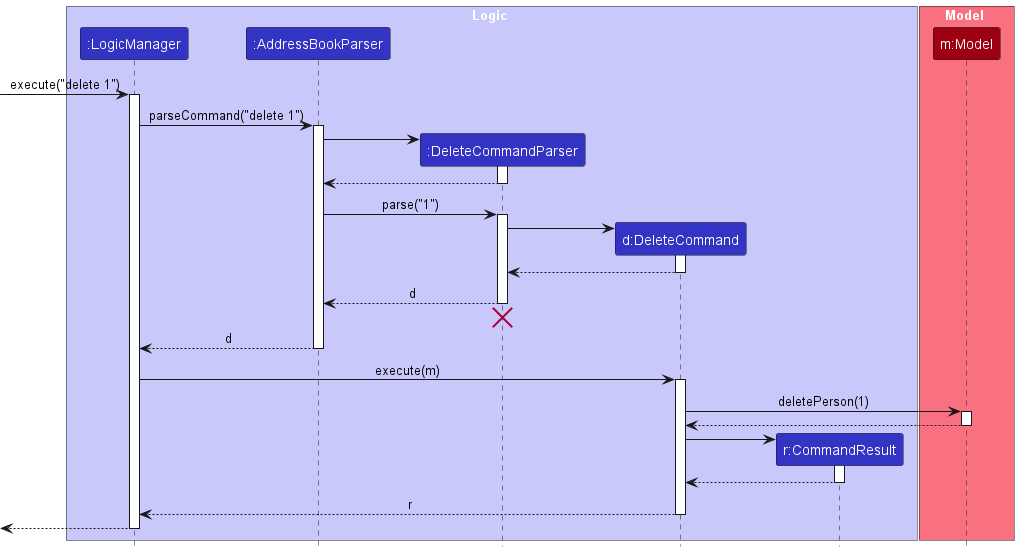
Earlier version of the PlantUML export docs/images/DeleteSequenceDiagram.png (nus-cs2103-AY2425S1/tp).
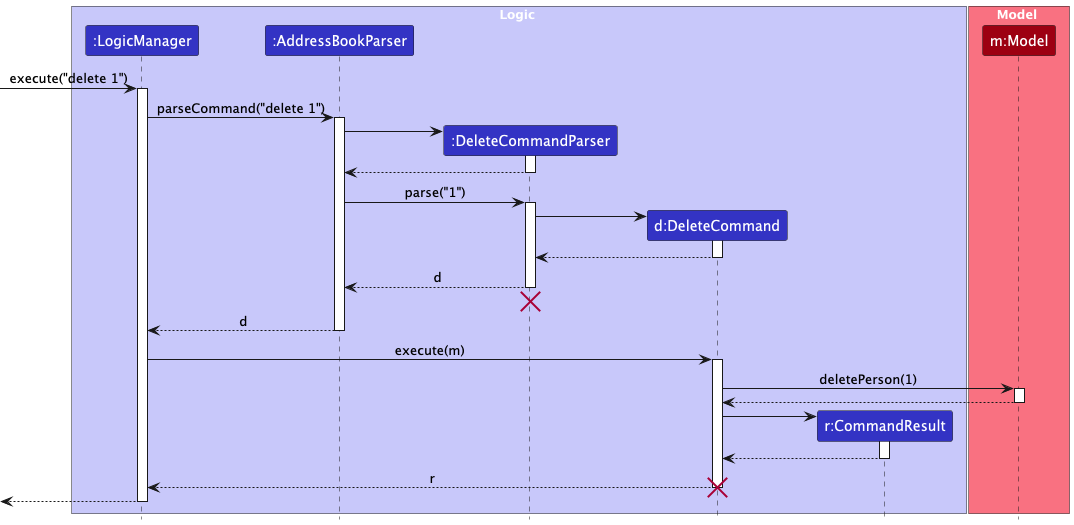
Later version of the same file.

What changed in the source:
```diff
@@ -63,7 +63,8 @@
 
 DeleteCommand --> LogicManager : r
 deactivate DeleteCommand
+destroy DeleteCommand
 
-[<--LogicManager
+[<-- LogicManager
 deactivate LogicManager
 @enduml
```
